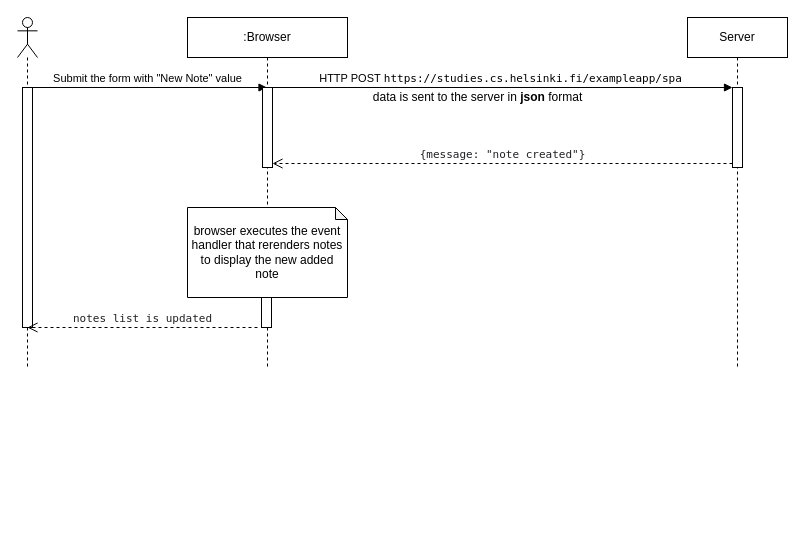
Before: page "6" (3 of 3) of part0/sequence diagrams.drawio in mohamedref1/fullstack-open-2021, a draw.io diagram. Source tidied: cells renumbered, new cells numbered last; positions are measured from the earlier drawing's top-left corner, leaving out a move shared by most shapes. Both pictures are drawn from the tidied source at 100%, with x=0, y=0 at pixel (17, 17).
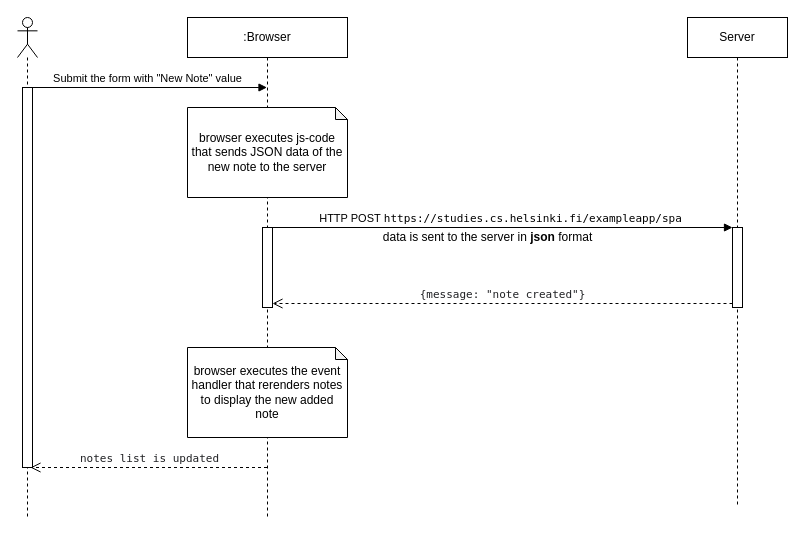
Above is the later version.

Commit message (it also covers changes not shown here):
part0: modification

What changed in the source:
```diff
@@
 <mxGraphModel>
   <root>
     <mxCell id="0" />
     <mxCell id="1" parent="0" />
     <mxCell id="2" style="shape=umlLifeline;participant=umlActor;perimeter=lifelinePerimeter;whiteSpace=wrap;html=1;verticalAlign=top;spacingTop=36;" parent="1" vertex="1">
-      <mxGeometry width="20" height="350" as="geometry" />
+      <mxGeometry width="20" height="500" as="geometry" />
     </mxCell>
     <mxCell id="3" style="html=1;points=[];perimeter=orthogonalPerimeter;" parent="2" vertex="1">
-      <mxGeometry x="5" y="70" width="10" height="240" as="geometry" />
+      <mxGeometry x="5" y="70" width="10" height="380" as="geometry" />
     </mxCell>
     <mxCell id="4" value="Submit the form with &quot;New Note&quot; value" style="html=1;verticalAlign=bottom;endArrow=block;rounded=0;" parent="2" edge="1" target="5">
       <mxGeometry relative="1" as="geometry">
         <mxPoint x="10" y="70" as="sourcePoint" />
       </mxGeometry>
     </mxCell>
     <mxCell id="5" value=":Browser" style="shape=umlLifeline;perimeter=lifelinePerimeter;whiteSpace=wrap;html=1;outlineConnect=0;" parent="1" vertex="1">
-      <mxGeometry x="170" width="160" height="350" as="geometry" />
+      <mxGeometry x="170" width="160" height="500" as="geometry" />
     </mxCell>
     <mxCell id="6" style="html=1;points=[];perimeter=orthogonalPerimeter;fontColor=#000000;" parent="5" vertex="1">
-      <mxGeometry x="75" y="70" width="10" height="80" as="geometry" />
+      <mxGeometry x="75" y="210" width="10" height="80" as="geometry" />
     </mxCell>
     <mxCell id="7" value="browser executes the event handler that rerenders notes to display the new added note" style="shape=note;whiteSpace=wrap;html=1;backgroundOutline=1;darkOpacity=0.05;fontColor=#000000;size=12;" parent="5" vertex="1">
-      <mxGeometry y="190" width="160" height="90" as="geometry" />
+      <mxGeometry y="330" width="160" height="90" as="geometry" />
     </mxCell>
-    <mxCell id="8" style="html=1;perimeter=orthogonalPerimeter;fontColor=#000000;" parent="5" vertex="1">
-      <mxGeometry x="74" y="280" width="10" height="30" as="geometry" />
-    </mxCell>
+    <mxCell id="15" value="browser executes js-code that sends JSON data of the new note to the server" style="shape=note;whiteSpace=wrap;html=1;backgroundOutline=1;darkOpacity=0.05;fontColor=#000000;size=12;" parent="5" vertex="1">
+      <mxGeometry y="90" width="160" height="90" as="geometry" />
+    </mxCell>
     <mxCell id="9" value="Server" style="shape=umlLifeline;perimeter=lifelinePerimeter;whiteSpace=wrap;html=1;" parent="1" vertex="1">
-      <mxGeometry x="670" width="100" height="350" as="geometry" />
+      <mxGeometry x="670" width="100" height="490" as="geometry" />
     </mxCell>
     <mxCell id="10" style="html=1;points=[];perimeter=orthogonalPerimeter;fontColor=#000000;" parent="9" vertex="1">
-      <mxGeometry x="45" y="70" width="10" height="80" as="geometry" />
+      <mxGeometry x="45" y="210" width="10" height="80" as="geometry" />
     </mxCell>
     <mxCell id="11" value="HTTP POST&amp;nbsp;&lt;span style=&quot;font-family: &amp;#34;dejavu sans mono&amp;#34; , monospace ; text-align: left&quot;&gt;https://studies.cs.helsinki.fi/exampleapp/spa&lt;/span&gt;" style="html=1;verticalAlign=bottom;endArrow=block;entryX=0;entryY=0;rounded=0;fontColor=#000000;" parent="1" edge="1" source="5" target="10">
       <mxGeometry relative="1" as="geometry" />
     </mxCell>
     <mxCell id="12" value="&lt;span style=&quot;color: rgb(32 , 33 , 36) ; font-family: &amp;#34;dejavu sans mono&amp;#34; , monospace ; text-align: left&quot;&gt;{message: &quot;note created&quot;}&lt;/span&gt;" style="html=1;verticalAlign=bottom;endArrow=open;dashed=1;endSize=8;exitX=0;exitY=0.95;rounded=0;fontColor=#000000;" parent="1" edge="1" source="10" target="6">
       <mxGeometry relative="1" as="geometry" />
     </mxCell>
-    <mxCell id="13" value="&lt;span style=&quot;color: rgb(32 , 33 , 36) ; font-family: &amp;#34;dejavu sans mono&amp;#34; , monospace ; text-align: left&quot;&gt;notes list is updated&lt;/span&gt;" style="html=1;verticalAlign=bottom;endArrow=open;dashed=1;endSize=8;rounded=0;fontColor=#000000;" parent="1" edge="1">
-      <mxGeometry relative="1" as="geometry">
-        <mxPoint x="240" y="310" as="sourcePoint" />
-        <mxPoint x="10" y="310" as="targetPoint" />
-      </mxGeometry>
+    <mxCell id="13" value="&lt;span style=&quot;color: rgb(32 , 33 , 36) ; font-family: &amp;#34;dejavu sans mono&amp;#34; , monospace ; text-align: left&quot;&gt;notes list is updated&lt;/span&gt;" style="html=1;verticalAlign=bottom;endArrow=open;dashed=1;endSize=8;rounded=0;fontColor=#000000;entryX=0.8;entryY=1;entryDx=0;entryDy=0;entryPerimeter=0;" parent="1" edge="1" source="5" target="3">
+      <mxGeometry relative="1" as="geometry" />
     </mxCell>
     <mxCell id="14" value="data is sent to the server in &lt;b&gt;json&lt;/b&gt; format" style="text;html=1;align=center;verticalAlign=middle;strokeColor=none;fillColor=none;" parent="1" vertex="1">
-      <mxGeometry x="350" y="70" width="220" height="20" as="geometry" />
+      <mxGeometry x="360" y="210" width="220" height="20" as="geometry" />
     </mxCell>
   </root>
 </mxGraphModel>
```
